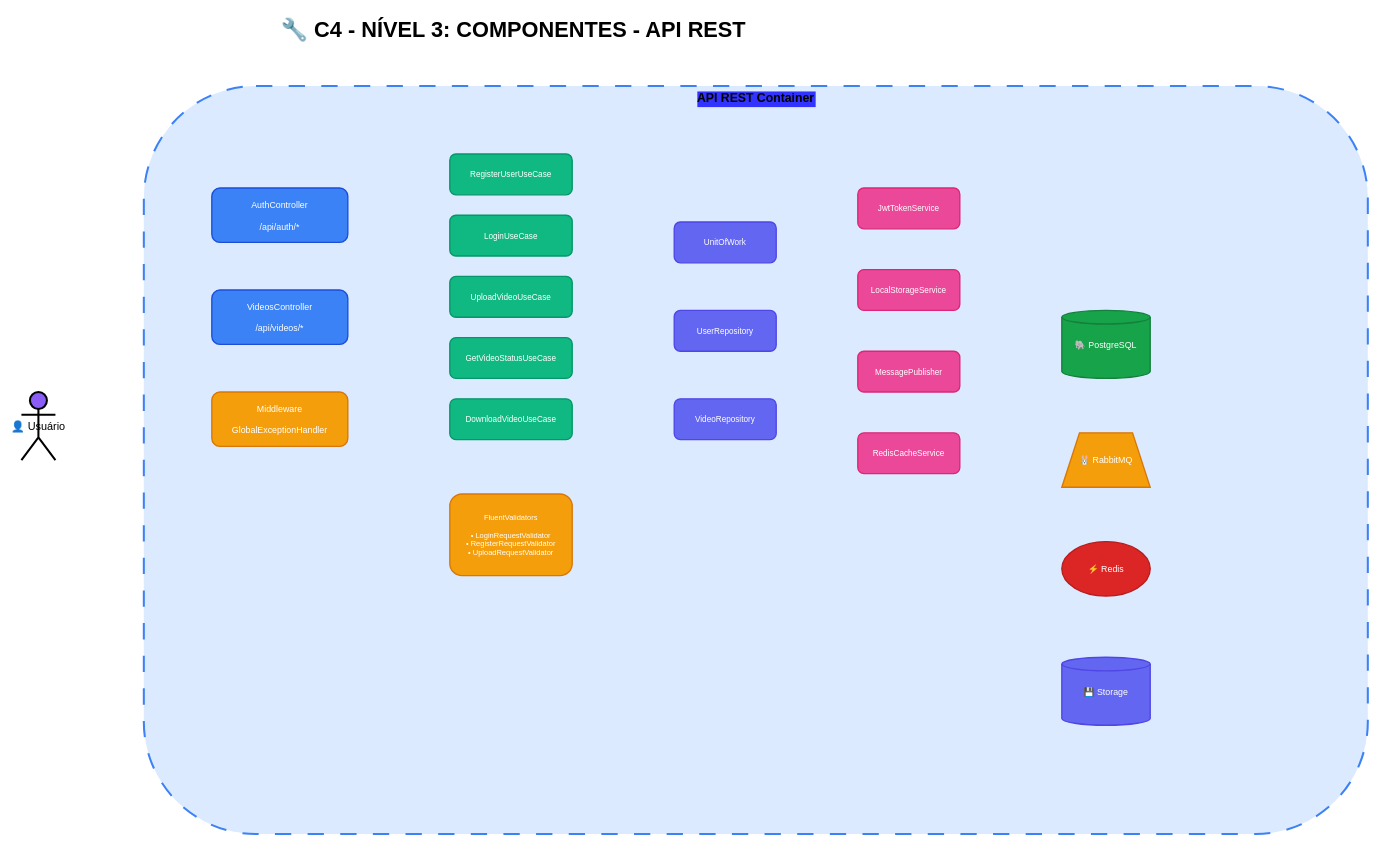
This is docs/diagrams/04-c4-nivel3-componentes-api.drawio from PosTechFiap-Entregas/TechChallenge-fase-5-FIAP, a draw.io file, before an edit. Source tidied: cells renumbered, new cells numbered last; positions are measured from the earlier drawing's top-left corner, leaving out a move shared by most shapes. Both pictures are drawn from the tidied source at 68%, with x=0, y=0 at pixel (21, 11).
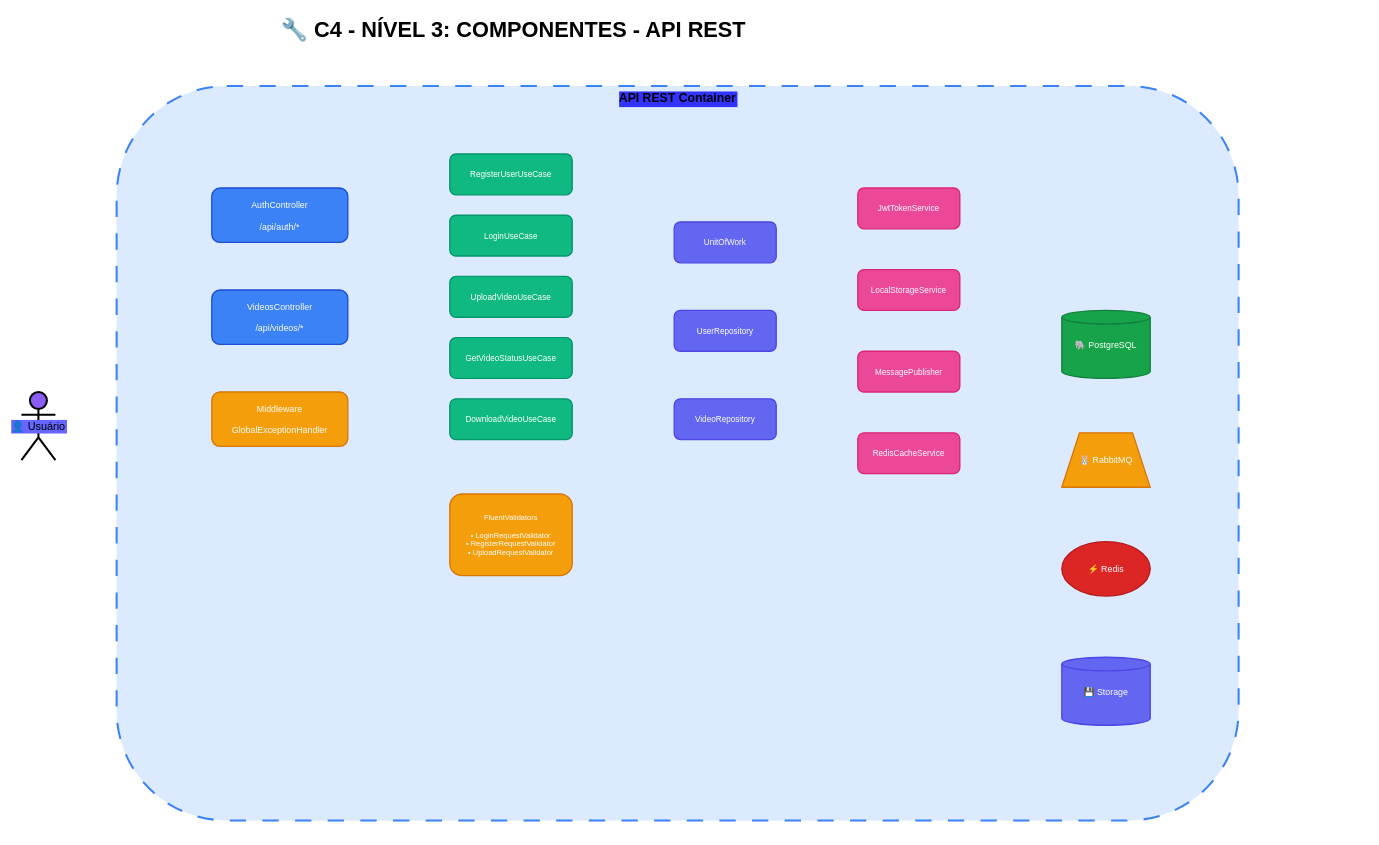
The same page after the edit.

Diff of the diagram source:
```diff
@@
     <mxCell id="3" value="API REST Container" style="rounded=1;dashed=1;dashPattern=8 8;strokeWidth=3;strokeColor=#3b82f6;fillColor=#dbeafe;fontSize=18;fontStyle=1;align=center;verticalAlign=top;labelBackgroundColor=#3333FF;" parent="1" vertex="1">
-      <mxGeometry x="180" y="110" width="1800" height="1100" as="geometry" />
+      <mxGeometry x="140" y="110" width="1650" height="1080" as="geometry" />
     </mxCell>
-    <mxCell id="4" value="👤 Usuário" style="shape=umlActor;fillColor=#8b5cf6;strokeWidth=3;fontSize=16;" parent="1" vertex="1">
+    <mxCell id="4" value="👤 Usuário" style="shape=umlActor;fillColor=#8b5cf6;strokeWidth=3;fontSize=16;labelBackgroundColor=#6666FF;" parent="1" vertex="1">
       <mxGeometry y="560" width="50" height="100" as="geometry" />
     </mxCell>
```
